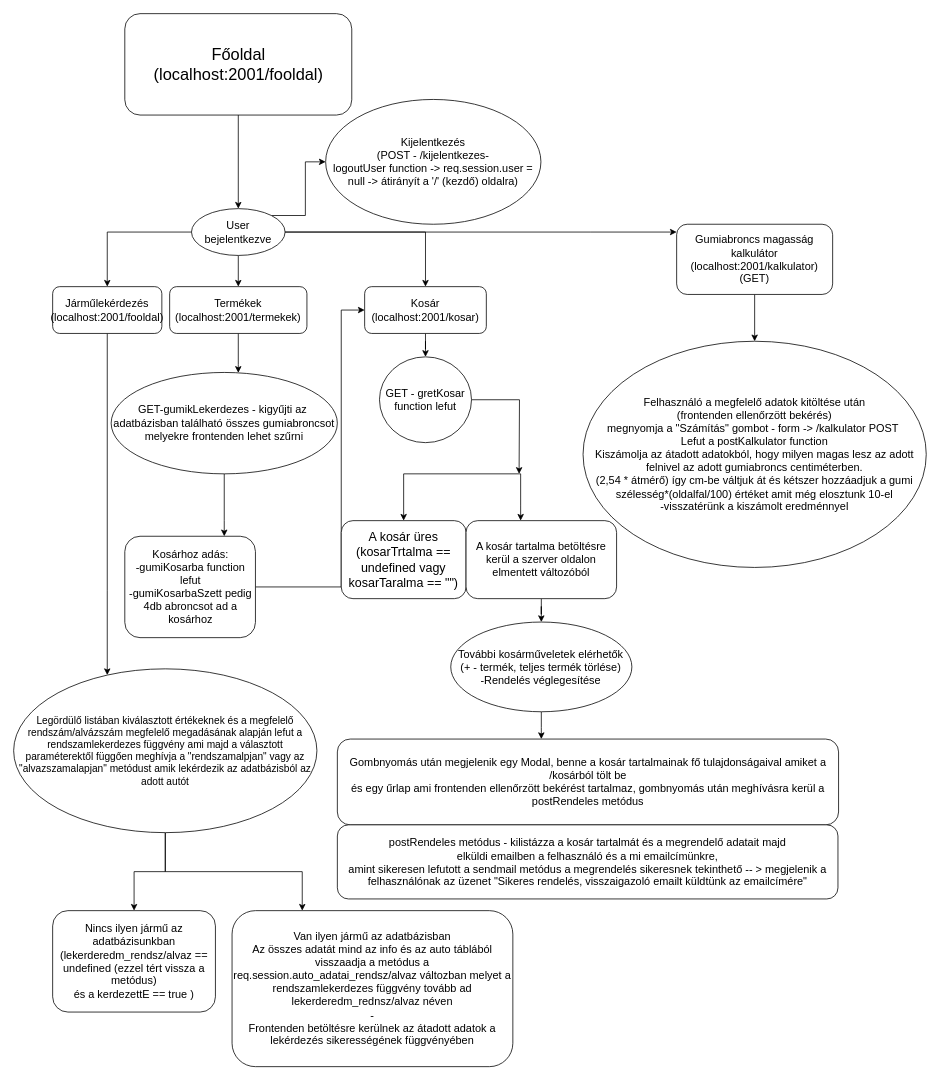
Earlier version of the draw.io diagram Pusoma/diagram2.drawio (szekelyaron/OKJ_vizsgaremek). Source tidied: cells renumbered, new cells numbered last; positions are measured from the earlier drawing's top-left corner, leaving out a move shared by most shapes. Both pictures are drawn from the tidied source at 78%, with x=0, y=0 at pixel (13, 13).
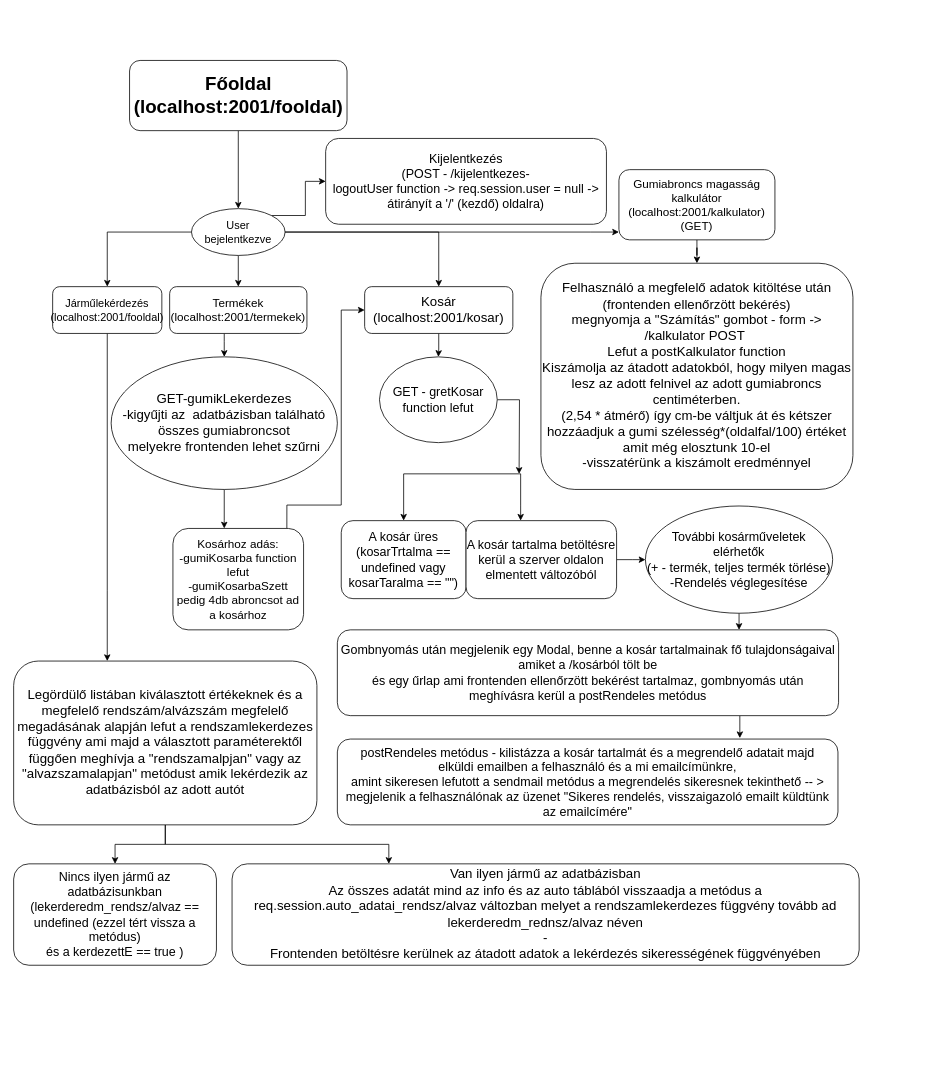
After the change.

Diff of the diagram source:
```diff
@@
-    <mxCell id="3" value="&lt;font style=&quot;font-size: 21px&quot;&gt;Főoldal&lt;br&gt;(localhost:2001/fooldal)&lt;/font&gt;" style="rounded=1;whiteSpace=wrap;html=1;" parent="1" vertex="1">
-      <mxGeometry x="142.5" width="291" height="130" as="geometry" />
+    <mxCell id="3" value="&lt;font style=&quot;font-size: 24px&quot;&gt;&lt;b&gt;Főoldal&lt;br&gt;(localhost:2001/fooldal)&lt;/b&gt;&lt;/font&gt;" style="rounded=1;whiteSpace=wrap;html=1;" parent="1" vertex="1">
+      <mxGeometry x="148.6" y="60" width="278.8" height="90" as="geometry" />
     </mxCell>
@@
-    <mxCell id="10" value="&lt;font style=&quot;font-size: 14px&quot;&gt;Kijelentkezés&lt;br&gt;(POST - /kijelentkezes- &lt;br&gt;logoutUser function -&amp;gt; req.session.user = null -&amp;gt; átirányít a '/' (kezdő) oldalra)&lt;/font&gt;" style="ellipse;whiteSpace=wrap;html=1;rounded=1;" parent="1" vertex="1">
-      <mxGeometry x="400" y="110" width="276" height="160" as="geometry" />
+    <mxCell id="10" value="&lt;font style=&quot;font-size: 16px&quot;&gt;Kijelentkezés&lt;br&gt;(POST - /kijelentkezes- &lt;br&gt;logoutUser function -&amp;gt; req.session.user = null -&amp;gt; átirányít a '/' (kezdő) oldalra)&lt;/font&gt;" style="whiteSpace=wrap;html=1;rounded=1;" parent="1" vertex="1">
+      <mxGeometry x="400" y="160" width="360" height="110" as="geometry" />
     </mxCell>
@@
     <mxCell id="13" style="edgeStyle=orthogonalEdgeStyle;rounded=0;jettySize=auto;html=1;fontSize=17;" parent="1" edge="1" source="14" target="23">
       <mxGeometry relative="1" as="geometry">
         <Array as="points">
-          <mxPoint x="288" y="450" />
-          <mxPoint x="288" y="450" />
+          <mxPoint x="270" y="420" />
+          <mxPoint x="270" y="420" />
         </Array>
       </mxGeometry>
     </mxCell>
-    <mxCell id="14" value="&lt;font style=&quot;font-size: 14px&quot;&gt;Termékek&lt;br&gt;(localhost:2001/termekek)&lt;/font&gt;" style="whiteSpace=wrap;html=1;rounded=1;" parent="1" vertex="1">
+    <mxCell id="14" value="&lt;font style=&quot;font-size: 15px&quot;&gt;Termékek&lt;br&gt;(localhost:2001/termekek)&lt;/font&gt;" style="whiteSpace=wrap;html=1;rounded=1;" parent="1" vertex="1">
       <mxGeometry x="200" y="350" width="176" height="60" as="geometry" />
     </mxCell>
@@
-    <mxCell id="16" value="&lt;font style=&quot;font-size: 14px&quot;&gt;Kosár&lt;br&gt;(localhost:2001/kosar)&lt;/font&gt;" style="whiteSpace=wrap;html=1;rounded=1;" parent="1" vertex="1">
-      <mxGeometry x="450" y="350" width="156" height="60" as="geometry" />
+    <mxCell id="16" value="&lt;font style=&quot;font-size: 17px&quot;&gt;Kosár&lt;br&gt;(localhost:2001/kosar)&lt;/font&gt;" style="whiteSpace=wrap;html=1;rounded=1;" parent="1" vertex="1">
+      <mxGeometry x="450" y="350" width="190" height="60" as="geometry" />
     </mxCell>
@@
-    <mxCell id="18" value="&lt;font style=&quot;font-size: 14px&quot;&gt;Gumiabroncs magasság kalkulátor&lt;br&gt;(localhost:2001/kalkulator) (GET)&lt;/font&gt;" style="whiteSpace=wrap;html=1;rounded=1;" parent="1" vertex="1">
-      <mxGeometry x="850" y="270" width="200" height="90" as="geometry" />
+    <mxCell id="18" value="&lt;font style=&quot;font-size: 15px&quot;&gt;Gumiabroncs magasság kalkulátor&lt;br&gt;(localhost:2001/kalkulator) (GET)&lt;/font&gt;" style="whiteSpace=wrap;html=1;rounded=1;" parent="1" vertex="1">
+      <mxGeometry x="776" y="200" width="200" height="90" as="geometry" />
     </mxCell>
@@
-    <mxCell id="21" value="&lt;font style=&quot;font-size: 13px&quot;&gt;Legördülő listában kiválasztott értékeknek és a megfelelő rendszám/alvázszám megfelelő megadásának alapján lefut a rendszamlekerdezes függvény ami majd a választott paraméterektől függően meghívja a &quot;rendszamalpjan&quot; vagy az &quot;alvazszamalapjan&quot; metódust amik lekérdezik az adatbázisból az adott autót&lt;/font&gt;" style="ellipse;whiteSpace=wrap;html=1;rounded=1;" parent="1" vertex="1">
-      <mxGeometry y="840" width="388.8" height="210" as="geometry" />
+    <mxCell id="21" value="&lt;font style=&quot;font-size: 17px&quot;&gt;Legördülő listában kiválasztott értékeknek és a megfelelő rendszám/alvázszám megfelelő megadásának alapján lefut a rendszamlekerdezes függvény ami majd a választott paraméterektől függően meghívja a &quot;rendszamalpjan&quot; vagy az &quot;alvazszamalapjan&quot; metódust amik lekérdezik az adatbázisból az adott autót&lt;/font&gt;" style="whiteSpace=wrap;html=1;rounded=1;" parent="1" vertex="1">
+      <mxGeometry y="830" width="388.8" height="210" as="geometry" />
     </mxCell>
@@
-    <mxCell id="23" value="&lt;font style=&quot;font-size: 14px&quot;&gt;GET-gumikLekerdezes - kigyűjti az&amp;nbsp; adatbázisban található összes gumiabroncsot&lt;br&gt;melyekre frontenden lehet szűrni&lt;/font&gt;" style="ellipse;whiteSpace=wrap;html=1;rounded=1;" parent="1" vertex="1">
-      <mxGeometry x="125" y="460" width="290" height="130" as="geometry" />
+    <mxCell id="23" value="&lt;font style=&quot;font-size: 17px&quot;&gt;GET-gumikLekerdezes&lt;br&gt;-kigyűjti az&amp;nbsp; adatbázisban található összes gumiabroncsot&lt;br&gt;melyekre frontenden lehet szűrni&lt;/font&gt;" style="ellipse;whiteSpace=wrap;html=1;rounded=1;" parent="1" vertex="1">
+      <mxGeometry x="125" y="440" width="290" height="170" as="geometry" />
     </mxCell>
-    <mxCell id="24" style="edgeStyle=orthogonalEdgeStyle;rounded=0;jettySize=auto;html=1;entryX=0;entryY=0.5;entryDx=0;entryDy=0;" parent="1" edge="1" source="25" target="16">
+    <mxCell id="24" style="edgeStyle=orthogonalEdgeStyle;rounded=0;jettySize=auto;html=1;entryX=0;entryY=0.5;entryDx=0;entryDy=0;exitX=0.872;exitY=-0.001;exitDx=0;exitDy=0;exitPerimeter=0;" parent="1" edge="1" source="25" target="16">
       <mxGeometry relative="1" as="geometry">
         <Array as="points">
-          <mxPoint x="420" y="735" />
+          <mxPoint x="350" y="660" />
+          <mxPoint x="350" y="630" />
+          <mxPoint x="420" y="630" />
           <mxPoint x="420" y="380" />
         </Array>
       </mxGeometry>
     </mxCell>
-    <mxCell id="25" value="&lt;font style=&quot;font-size: 14px&quot;&gt;Kosárhoz adás:&lt;br&gt;-gumiKosarba function lefut&lt;br&gt;-gumiKosarbaSzett pedig 4db abroncsot ad a kosárhoz&lt;/font&gt;" style="whiteSpace=wrap;html=1;rounded=1;" parent="1" vertex="1">
-      <mxGeometry x="142.5" y="670" width="167.5" height="130" as="geometry" />
+    <mxCell id="25" value="&lt;font style=&quot;font-size: 15px&quot;&gt;Kosárhoz adás:&lt;br&gt;-gumiKosarba function lefut&lt;br&gt;-gumiKosarbaSzett pedig 4db abroncsot ad a kosárhoz&lt;/font&gt;" style="whiteSpace=wrap;html=1;rounded=1;" parent="1" vertex="1">
+      <mxGeometry x="204.2" y="660" width="167.5" height="130" as="geometry" />
     </mxCell>
@@
-    <mxCell id="29" value="&lt;font style=&quot;font-size: 14px&quot;&gt;GET - gretKosar function lefut&lt;/font&gt;" style="ellipse;whiteSpace=wrap;html=1;rounded=1;" parent="1" vertex="1">
-      <mxGeometry x="469" y="440" width="118" height="110" as="geometry" />
+    <mxCell id="29" value="&lt;font style=&quot;font-size: 16px&quot;&gt;GET - gretKosar function lefut&lt;/font&gt;" style="ellipse;whiteSpace=wrap;html=1;rounded=1;" parent="1" vertex="1">
+      <mxGeometry x="469" y="440" width="151" height="110" as="geometry" />
     </mxCell>
@@
-    <mxCell id="32" value="&lt;font style=&quot;font-size: 14px&quot;&gt;A kosár tartalma betöltésre kerül a szerver oldalon elmentett változóból&lt;/font&gt;" style="whiteSpace=wrap;html=1;rounded=1;" parent="1" vertex="1">
+    <mxCell id="32" value="&lt;font style=&quot;font-size: 16px&quot;&gt;A kosár tartalma betöltésre kerül a szerver oldalon elmentett változóból&lt;/font&gt;" style="whiteSpace=wrap;html=1;rounded=1;" parent="1" vertex="1">
       <mxGeometry x="580" y="650" width="193" height="100" as="geometry" />
     </mxCell>
     <mxCell id="33" style="edgeStyle=orthogonalEdgeStyle;rounded=0;jettySize=auto;html=1;" parent="1" edge="1" source="34" target="39">
       <mxGeometry relative="1" as="geometry">
         <Array as="points">
-          <mxPoint x="677" y="915" />
-          <mxPoint x="677" y="915" />
+          <mxPoint x="926" y="840" />
+          <mxPoint x="926" y="840" />
         </Array>
       </mxGeometry>
     </mxCell>
-    <mxCell id="34" value="&lt;font style=&quot;font-size: 14px&quot;&gt;További kosárműveletek elérhetők&lt;br&gt;(+ - termék, teljes termék törlése)&lt;br&gt;-Rendelés véglegesítése&lt;/font&gt;" style="ellipse;whiteSpace=wrap;html=1;rounded=1;" parent="1" vertex="1">
-      <mxGeometry x="560.4" y="780" width="232.2" height="115" as="geometry" />
+    <mxCell id="34" value="&lt;font style=&quot;font-size: 16px&quot;&gt;További kosárműveletek elérhetők&lt;br&gt;(+ - termék, teljes termék törlése)&lt;br&gt;-Rendelés véglegesítése&lt;/font&gt;" style="ellipse;whiteSpace=wrap;html=1;rounded=1;" parent="1" vertex="1">
+      <mxGeometry x="810" y="631.2" width="240" height="137.5" as="geometry" />
     </mxCell>
-    <mxCell id="35" value="&lt;font style=&quot;font-size: 14px&quot;&gt;Felhasználó a megfelelő adatok kitöltése után&lt;br&gt;(frontenden ellenőrzött bekérés)&lt;br&gt;megnyomja a &quot;Számítás&quot; gombot - form -&amp;gt; /kalkulator POST&amp;nbsp;&lt;br&gt;Lefut a postKalkulator function&lt;br&gt;Kiszámolja az átadott adatokból, hogy milyen magas lesz az adott felnivel az adott gumiabroncs centiméterben.&lt;br&gt;(2,54 * átmérő) így cm-be váltjuk át és kétszer hozzáadjuk a gumi szélesség*(oldalfal/100) értéket amit még elosztunk 10-el&lt;br&gt;-visszatérünk a kiszámolt eredménnyel&lt;/font&gt;" style="ellipse;whiteSpace=wrap;html=1;rounded=1;" parent="1" vertex="1">
-      <mxGeometry x="730" y="420" width="440" height="290" as="geometry" />
+    <mxCell id="35" value="&lt;font style=&quot;font-size: 17px&quot;&gt;Felhasználó a megfelelő adatok kitöltése után&lt;br&gt;(frontenden ellenőrzött bekérés)&lt;br&gt;megnyomja a &quot;Számítás&quot; gombot - form -&amp;gt; /kalkulator POST&amp;nbsp;&lt;br&gt;Lefut a postKalkulator function&lt;br&gt;Kiszámolja az átadott adatokból, hogy milyen magas lesz az adott felnivel az adott gumiabroncs centiméterben.&lt;br&gt;(2,54 * átmérő) így cm-be váltjuk át és kétszer hozzáadjuk a gumi szélesség*(oldalfal/100) értéket amit még elosztunk 10-el&lt;br&gt;-visszatérünk a kiszámolt eredménnyel&lt;/font&gt;" style="whiteSpace=wrap;html=1;rounded=1;" parent="1" vertex="1">
+      <mxGeometry x="676" y="320" width="400" height="290" as="geometry" />
     </mxCell>
-    <mxCell id="36" value="&lt;font style=&quot;font-size: 14px&quot;&gt;Nincs ilyen jármű az adatbázisunkban&lt;br&gt;(lekerderedm_rendsz/alvaz == undefined (ezzel tért vissza a metódus)&lt;br&gt;és a kerdezettE == true )&lt;/font&gt;" style="whiteSpace=wrap;html=1;rounded=1;" parent="1" vertex="1">
-      <mxGeometry x="50" y="1150" width="208.7" height="130" as="geometry" />
+    <mxCell id="36" value="&lt;font style=&quot;font-size: 16px&quot;&gt;Nincs ilyen jármű az adatbázisunkban&lt;br&gt;(lekerderedm_rendsz/alvaz == undefined (ezzel tért vissza a metódus)&lt;br&gt;és a kerdezettE == true )&lt;/font&gt;" style="whiteSpace=wrap;html=1;rounded=1;" parent="1" vertex="1">
+      <mxGeometry y="1090" width="260" height="130" as="geometry" />
     </mxCell>
-    <mxCell id="37" value="&lt;font style=&quot;font-size: 14px&quot;&gt;Van ilyen jármű az adatbázisban&lt;br&gt;Az összes adatát mind az info és az auto táblából visszaadja a metódus a req.session.auto_adatai_rendsz/alvaz változban melyet a rendszamlekerdezes függvény tovább ad lekerderedm_rednsz/alvaz néven&lt;br&gt;-&lt;br&gt;Frontenden betöltésre kerülnek az átadott adatok a lekérdezés sikerességének függvényében&lt;/font&gt;" style="whiteSpace=wrap;html=1;rounded=1;" parent="1" vertex="1">
-      <mxGeometry x="280" y="1150" width="360" height="200" as="geometry" />
+    <mxCell id="37" value="&lt;font style=&quot;font-size: 17px&quot;&gt;Van ilyen jármű az adatbázisban&lt;br&gt;Az összes adatát mind az info és az auto táblából visszaadja a metódus a req.session.auto_adatai_rendsz/alvaz változban melyet a rendszamlekerdezes függvény tovább ad lekerderedm_rednsz/alvaz néven&lt;br&gt;-&lt;br&gt;Frontenden betöltésre kerülnek az átadott adatok a lekérdezés sikerességének függvényében&lt;/font&gt;" style="whiteSpace=wrap;html=1;rounded=1;" parent="1" vertex="1">
+      <mxGeometry x="280" y="1090" width="804" height="130" as="geometry" />
     </mxCell>
-    <mxCell id="38" style="edgeStyle=orthogonalEdgeStyle;rounded=0;jettySize=auto;html=1;" parent="1" edge="1" source="39" target="40">
+    <mxCell id="38" style="edgeStyle=orthogonalEdgeStyle;rounded=0;jettySize=auto;html=1;entryX=0.804;entryY=-0.011;entryDx=0;entryDy=0;entryPerimeter=0;exitX=0.803;exitY=1;exitDx=0;exitDy=0;exitPerimeter=0;" parent="1" edge="1" source="39" target="40">
       <mxGeometry relative="1" as="geometry" />
     </mxCell>
-    <mxCell id="39" value="&lt;font style=&quot;font-size: 14px&quot;&gt;Gombnyomás után megjelenik egy Modal, benne a kosár tartalmainak fő tulajdonságaival amiket a /kosárból tölt be&lt;br&gt;és egy űrlap ami frontenden ellenőrzött bekérést tartalmaz, gombnyomás után meghívásra kerül a postRendeles metódus&lt;/font&gt;" style="whiteSpace=wrap;html=1;rounded=1;" parent="1" vertex="1">
-      <mxGeometry x="415" y="930" width="642.6" height="110" as="geometry" />
+    <mxCell id="39" value="&lt;font style=&quot;font-size: 16px&quot;&gt;Gombnyomás után megjelenik egy Modal, benne a kosár tartalmainak fő tulajdonságaival amiket a /kosárból tölt be&lt;br&gt;és egy űrlap ami frontenden ellenőrzött bekérést tartalmaz, gombnyomás után meghívásra kerül a postRendeles metódus&lt;/font&gt;" style="whiteSpace=wrap;html=1;rounded=1;" parent="1" vertex="1">
+      <mxGeometry x="415" y="790" width="642.6" height="110" as="geometry" />
     </mxCell>
-    <mxCell id="40" value="&lt;font style=&quot;font-size: 14px&quot;&gt;postRendeles metódus - kilistázza a kosár tartalmát és a megrendelő adatait majd&lt;br&gt;elküldi emailben a felhasználó és a mi emailcímünkre,&lt;br&gt;amint sikeresen lefutott a sendmail metódus a megrendelés sikeresnek tekinthető -- &amp;gt; megjelenik a felhasználónak az üzenet &quot;Sikeres rendelés, visszaigazoló emailt küldtünk az emailcímére&quot;&lt;/font&gt;" style="whiteSpace=wrap;html=1;rounded=1;" parent="1" vertex="1">
-      <mxGeometry x="415" y="1040" width="641.8" height="95" as="geometry" />
+    <mxCell id="40" value="&lt;font style=&quot;font-size: 16px&quot;&gt;postRendeles metódus - kilistázza a kosár tartalmát és a megrendelő adatait majd&lt;br&gt;elküldi emailben a felhasználó és a mi emailcímünkre,&lt;br&gt;amint sikeresen lefutott a sendmail metódus a megrendelés sikeresnek tekinthető -- &amp;gt; megjelenik a felhasználónak az üzenet &quot;Sikeres rendelés, visszaigazoló emailt küldtünk az emailcímére&quot;&lt;/font&gt;" style="whiteSpace=wrap;html=1;rounded=1;" parent="1" vertex="1">
+      <mxGeometry x="415" y="930" width="641.8" height="110" as="geometry" />
     </mxCell>
+    <mxCell id="41" style="edgeStyle=orthogonalEdgeStyle;rounded=0;orthogonalLoop=1;jettySize=auto;html=1;exitX=0.5;exitY=1;exitDx=0;exitDy=0;fontSize=16;" parent="1" edge="1" source="3" target="3">
+      <mxGeometry relative="1" as="geometry" />
+    </mxCell>
```
